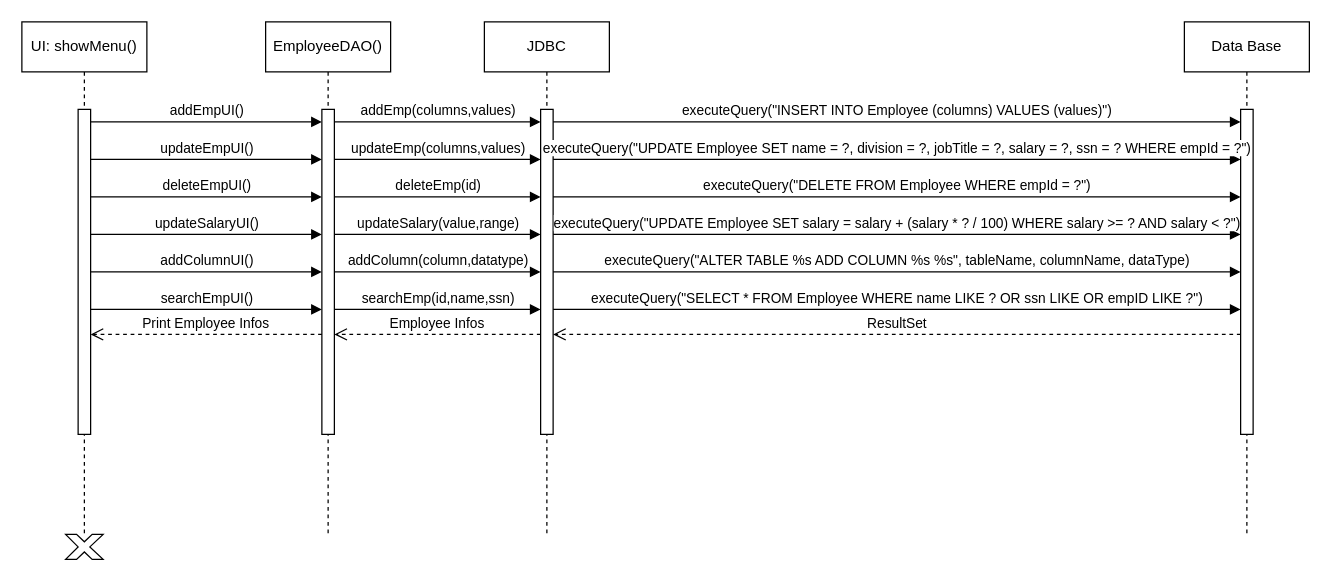
Above: Diagram/SequenceDiagramDraft.drawio in linnypham/CSC3350_project (draw.io), before the change. Source tidied: cells renumbered, new cells numbered last; positions are measured from the earlier drawing's top-left corner, leaving out a move shared by most shapes. Both pictures are drawn from the tidied source at 125%, with x=0, y=0 at pixel (21, 21).
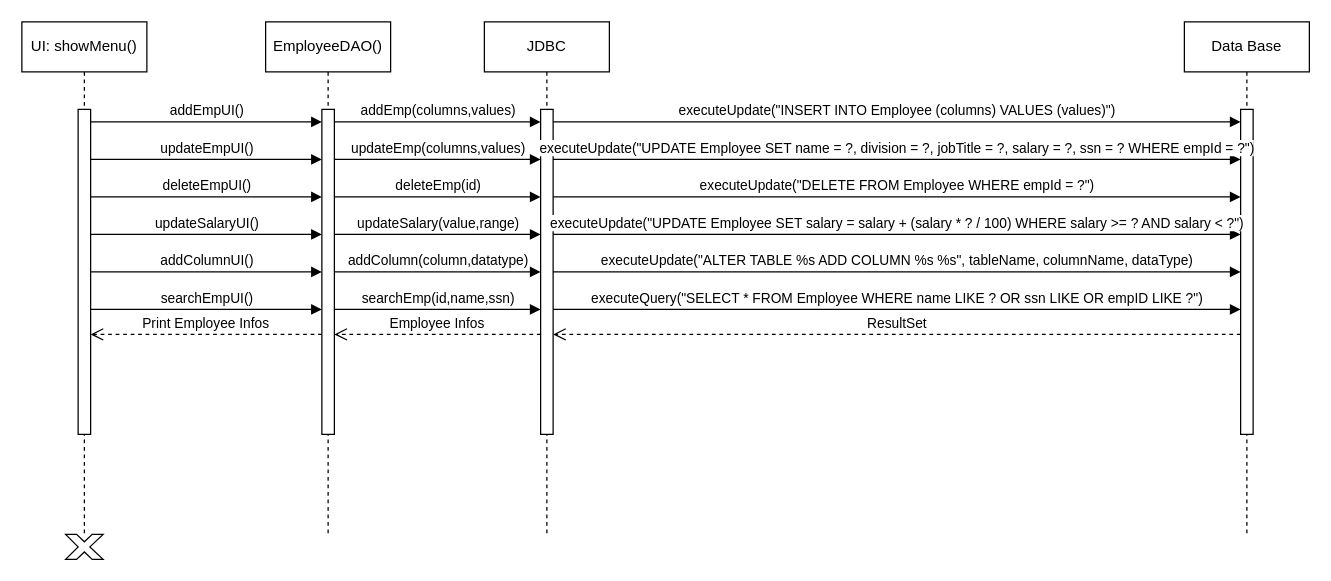
The same diagram, later.

The change refers to these unchanged cells:
```xml
<mxCell id="20" style="html=1;points=[];perimeter=orthogonalPerimeter;outlineConnect=0;targetShapes=umlLifeline;portConstraint=eastwest;newEdgeStyle={&quot;edgeStyle&quot;:&quot;elbowEdgeStyle&quot;,&quot;elbow&quot;:&quot;vertical&quot;,&quot;curved&quot;:0,&quot;rounded&quot;:0};" parent="19" vertex="1">
  <mxGeometry x="45" y="70" width="10" height="260" as="geometry" />
</mxCell>
<mxCell id="23" style="html=1;points=[];perimeter=orthogonalPerimeter;outlineConnect=0;targetShapes=umlLifeline;portConstraint=eastwest;newEdgeStyle={&quot;edgeStyle&quot;:&quot;elbowEdgeStyle&quot;,&quot;elbow&quot;:&quot;vertical&quot;,&quot;curved&quot;:0,&quot;rounded&quot;:0};" parent="22" vertex="1">
  <mxGeometry x="45" y="70" width="10" height="260" as="geometry" />
</mxCell>
```

Diff of the diagram source:
```diff
@@
-    <mxCell id="26" value="executeQuery(&quot;INSERT INTO Employee (columns) VALUES (values)&quot;)" style="html=1;verticalAlign=bottom;endArrow=block;edgeStyle=elbowEdgeStyle;elbow=vertical;curved=0;rounded=0;" parent="1" edge="1" source="20" target="23">
+    <mxCell id="26" value="executeUpdate(&quot;INSERT INTO Employee (columns) VALUES (values)&quot;)" style="html=1;verticalAlign=bottom;endArrow=block;edgeStyle=elbowEdgeStyle;elbow=vertical;curved=0;rounded=0;" parent="1" edge="1" source="20" target="23">
       <mxGeometry relative="1" as="geometry">
         <Array as="points">
           <mxPoint x="470" y="80" />
         </Array>
       </mxGeometry>
     </mxCell>
-    <mxCell id="27" value="executeQuery(&quot;UPDATE Employee SET name = ?, division = ?, jobTitle = ?, salary = ?, ssn = ? WHERE empId = ?&quot;)" style="html=1;verticalAlign=bottom;endArrow=block;edgeStyle=elbowEdgeStyle;elbow=vertical;curved=0;rounded=0;" parent="1" edge="1" target="23">
+    <mxCell id="27" value="executeUpdate(&quot;UPDATE Employee SET name = ?, division = ?, jobTitle = ?, salary = ?, ssn = ? WHERE empId = ?&quot;)" style="html=1;verticalAlign=bottom;endArrow=block;edgeStyle=elbowEdgeStyle;elbow=vertical;curved=0;rounded=0;" parent="1" edge="1" target="23">
       <mxGeometry relative="1" as="geometry">
         <mxPoint x="425" y="110" as="sourcePoint" />
         <Array as="points">
           <mxPoint x="475" y="110" />
         </Array>
       </mxGeometry>
     </mxCell>
-    <mxCell id="28" value="executeQuery(&quot;DELETE FROM Employee WHERE empId = ?&quot;)" style="html=1;verticalAlign=bottom;endArrow=block;edgeStyle=elbowEdgeStyle;elbow=vertical;curved=0;rounded=0;" parent="1" edge="1" target="23">
+    <mxCell id="28" value="executeUpdate(&quot;DELETE FROM Employee WHERE empId = ?&quot;)" style="html=1;verticalAlign=bottom;endArrow=block;edgeStyle=elbowEdgeStyle;elbow=vertical;curved=0;rounded=0;" parent="1" edge="1" target="23">
       <mxGeometry relative="1" as="geometry">
         <mxPoint x="425" y="140" as="sourcePoint" />
         <Array as="points">
           <mxPoint x="480" y="140" />
         </Array>
       </mxGeometry>
     </mxCell>
-    <mxCell id="29" value="executeQuery(&quot;UPDATE Employee SET salary = salary + (salary * ? / 100) WHERE salary &amp;gt;= ? AND salary &amp;lt; ?&quot;)" style="html=1;verticalAlign=bottom;endArrow=block;edgeStyle=elbowEdgeStyle;elbow=vertical;curved=0;rounded=0;" parent="1" edge="1" target="23">
+    <mxCell id="29" value="executeUpdate(&quot;UPDATE Employee SET salary = salary + (salary * ? / 100) WHERE salary &amp;gt;= ? AND salary &amp;lt; ?&quot;)" style="html=1;verticalAlign=bottom;endArrow=block;edgeStyle=elbowEdgeStyle;elbow=vertical;curved=0;rounded=0;" parent="1" edge="1" target="23">
       <mxGeometry relative="1" as="geometry">
         <mxPoint x="425" y="170" as="sourcePoint" />
         <Array as="points">
           <mxPoint x="490" y="170" />
         </Array>
       </mxGeometry>
     </mxCell>
-    <mxCell id="30" value="executeQuery(&quot;ALTER TABLE %s ADD COLUMN %s %s&quot;, tableName, columnName, dataType)" style="html=1;verticalAlign=bottom;endArrow=block;edgeStyle=elbowEdgeStyle;elbow=vertical;curved=0;rounded=0;" parent="1" edge="1" target="23">
+    <mxCell id="30" value="executeUpdate(&quot;ALTER TABLE %s ADD COLUMN %s %s&quot;, tableName, columnName, dataType)" style="html=1;verticalAlign=bottom;endArrow=block;edgeStyle=elbowEdgeStyle;elbow=vertical;curved=0;rounded=0;" parent="1" edge="1" target="23">
       <mxGeometry relative="1" as="geometry">
         <mxPoint x="425" y="200" as="sourcePoint" />
         <Array as="points">
           <mxPoint x="495" y="200" />
         </Array>
       </mxGeometry>
     </mxCell>
```
